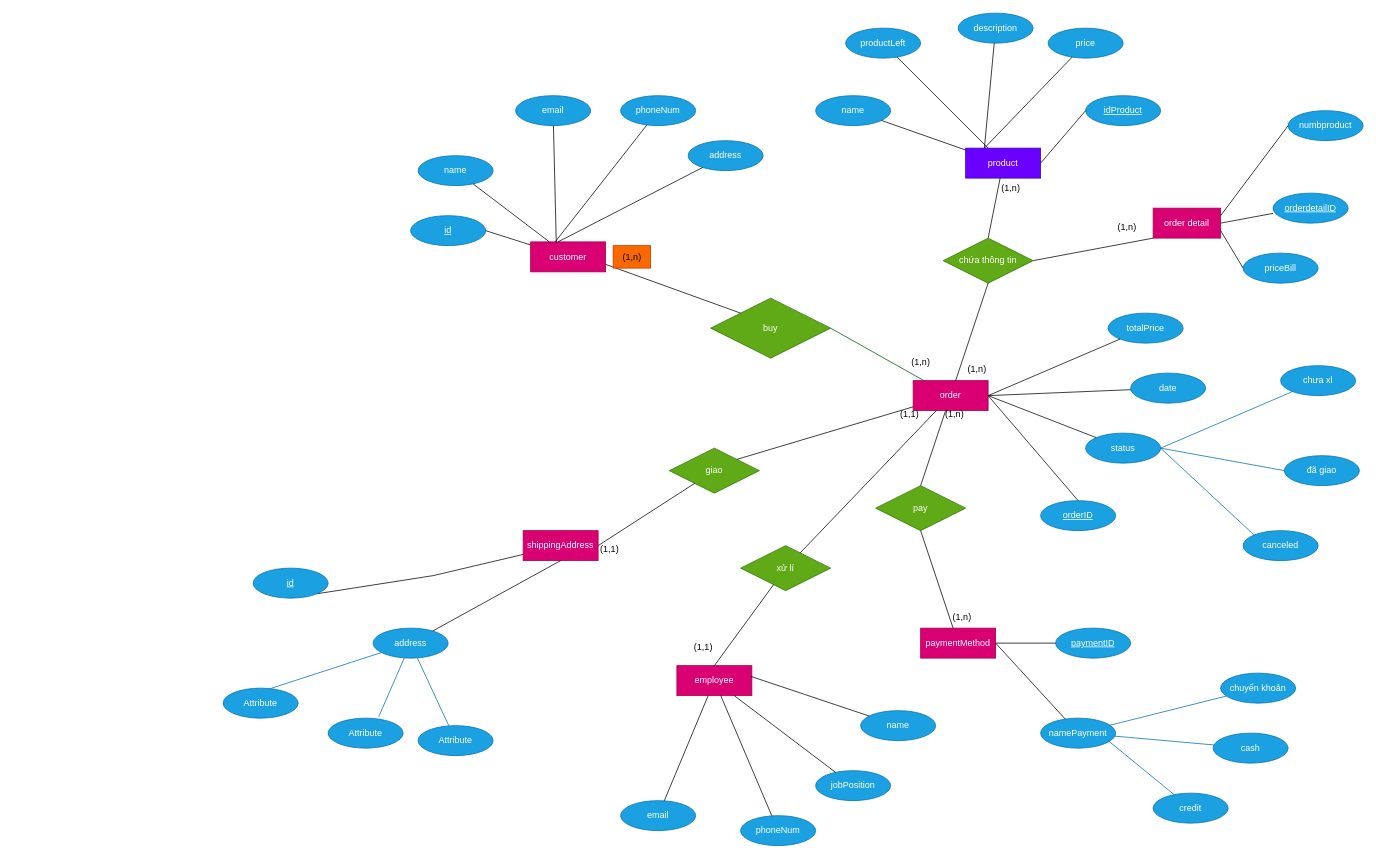
The draw.io diagram erd06.drawio in tiendat1631/erd_store, before the edit. Source tidied: cells renumbered, new cells numbered last; positions are measured from the earlier drawing's top-left corner, leaving out a move shared by most shapes. Both pictures are drawn from the tidied source at 75%, with x=0, y=0 at pixel (223, 13).
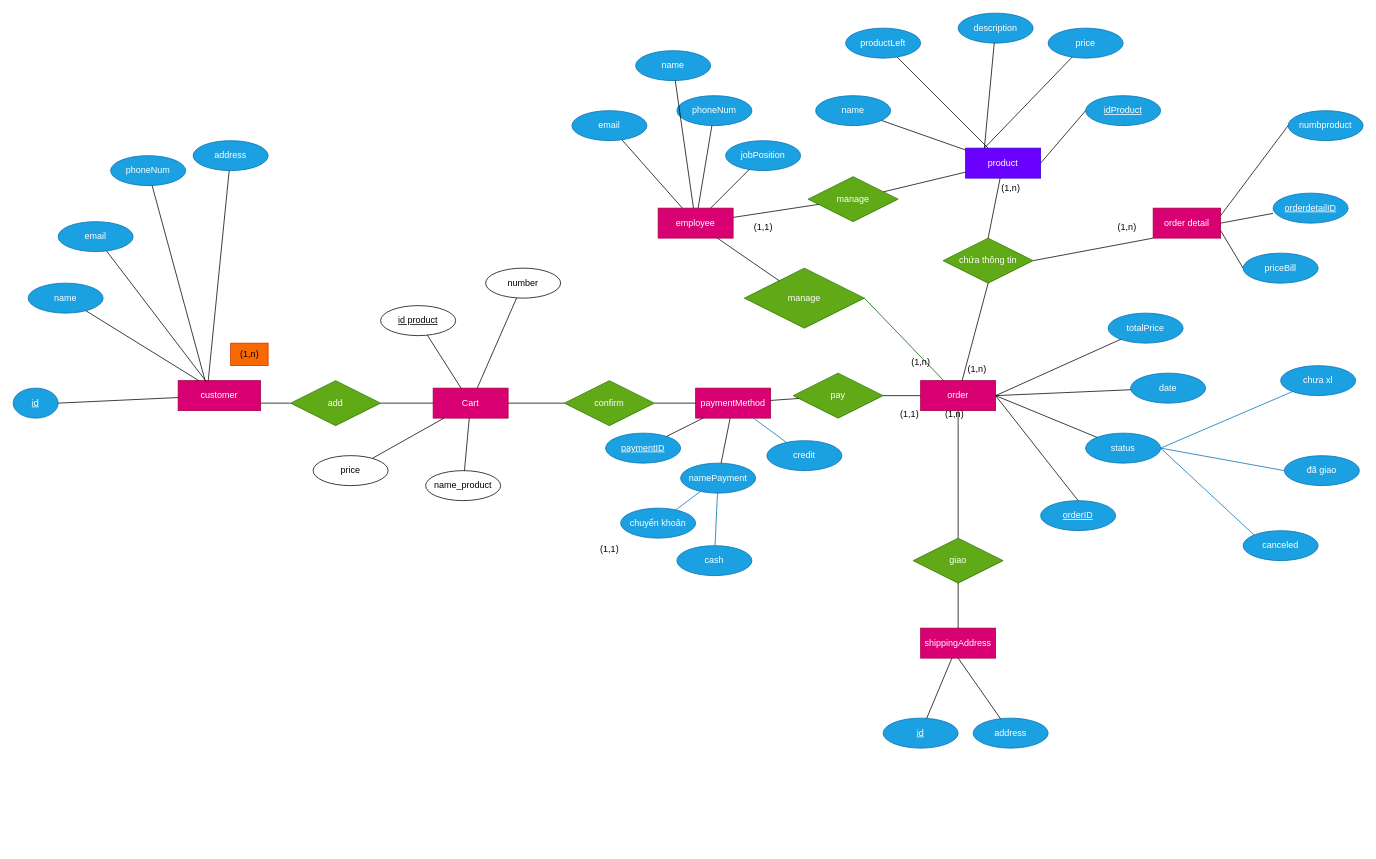
The same page after the edit.

Unchanged cells that the change refers to:
```xml
<mxCell id="8" value="product&lt;br&gt;" style="whiteSpace=wrap;html=1;align=center;fillColor=#6a00ff;fontColor=#ffffff;strokeColor=#3700CC;" parent="1" vertex="1">
  <mxGeometry x="990" y="180" width="100" height="40" as="geometry" />
</mxCell>
```

Diff of the diagram source:
```diff
@@
     <mxCell id="2" value="order&lt;br&gt;" style="whiteSpace=wrap;html=1;align=center;fillColor=#d80073;fontColor=#ffffff;strokeColor=#A50040;" parent="1" vertex="1">
-      <mxGeometry x="920" y="490" width="100" height="40" as="geometry" />
+      <mxGeometry x="930" y="490" width="100" height="40" as="geometry" />
     </mxCell>
     <mxCell id="3" value="shippingAddress&lt;br&gt;" style="whiteSpace=wrap;html=1;align=center;fillColor=#d80073;fontColor=#ffffff;strokeColor=#A50040;" parent="1" vertex="1">
-      <mxGeometry x="400" y="690" width="100" height="40" as="geometry" />
+      <mxGeometry x="930" y="820" width="100" height="40" as="geometry" />
     </mxCell>
@@
     <mxCell id="5" value="customer" style="whiteSpace=wrap;html=1;align=center;fillColor=#d80073;fontColor=#ffffff;strokeColor=#A50040;" parent="1" vertex="1">
-      <mxGeometry x="410" y="305" width="100" height="40" as="geometry" />
+      <mxGeometry x="-60" y="490" width="110" height="40" as="geometry" />
     </mxCell>
     <mxCell id="6" value="employee&lt;br&gt;" style="whiteSpace=wrap;html=1;align=center;fillColor=#d80073;fontColor=#ffffff;strokeColor=#A50040;" parent="1" vertex="1">
-      <mxGeometry x="605" y="870" width="100" height="40" as="geometry" />
+      <mxGeometry x="580" y="260" width="100" height="40" as="geometry" />
     </mxCell>
     <mxCell id="7" value="paymentMethod&lt;br&gt;" style="whiteSpace=wrap;html=1;align=center;fillColor=#d80073;fontColor=#ffffff;strokeColor=#A50040;" parent="1" vertex="1">
-      <mxGeometry x="930" y="820" width="100" height="40" as="geometry" />
+      <mxGeometry x="630" y="500" width="100" height="40" as="geometry" />
     </mxCell>
@@
     <mxCell id="9" value="id" style="ellipse;whiteSpace=wrap;html=1;align=center;fontStyle=4;fillColor=#1ba1e2;fontColor=#ffffff;strokeColor=#006EAF;" parent="1" vertex="1">
-      <mxGeometry x="250" y="270" width="100" height="40" as="geometry" />
+      <mxGeometry x="-280" y="500" width="60" height="40" as="geometry" />
     </mxCell>
     <mxCell id="10" value="phoneNum" style="ellipse;whiteSpace=wrap;html=1;align=center;fillColor=#1ba1e2;fontColor=#ffffff;strokeColor=#006EAF;" parent="1" vertex="1">
-      <mxGeometry x="530" y="110" width="100" height="40" as="geometry" />
+      <mxGeometry x="-150" y="190" width="100" height="40" as="geometry" />
     </mxCell>
     <mxCell id="11" value="name" style="ellipse;whiteSpace=wrap;html=1;align=center;fillColor=#1ba1e2;fontColor=#ffffff;strokeColor=#006EAF;" parent="1" vertex="1">
-      <mxGeometry x="260" y="190" width="100" height="40" as="geometry" />
+      <mxGeometry x="-260" y="360" width="100" height="40" as="geometry" />
     </mxCell>
     <mxCell id="12" value="email" style="ellipse;whiteSpace=wrap;html=1;align=center;fillColor=#1ba1e2;fontColor=#ffffff;strokeColor=#006EAF;" parent="1" vertex="1">
-      <mxGeometry x="390" y="110" width="100" height="40" as="geometry" />
+      <mxGeometry x="-220" y="278" width="100" height="40" as="geometry" />
     </mxCell>
     <mxCell id="13" value="address" style="ellipse;whiteSpace=wrap;html=1;align=center;fillColor=#1ba1e2;fontColor=#ffffff;strokeColor=#006EAF;" parent="1" vertex="1">
-      <mxGeometry x="620" y="170" width="100" height="40" as="geometry" />
+      <mxGeometry x="-40" y="170" width="100" height="40" as="geometry" />
     </mxCell>
@@
     <mxCell id="43" value="paymentID" style="ellipse;whiteSpace=wrap;html=1;align=center;fontStyle=4;fillColor=#1ba1e2;fontColor=#ffffff;strokeColor=#006EAF;" parent="1" vertex="1">
-      <mxGeometry x="1110" y="820" width="100" height="40" as="geometry" />
+      <mxGeometry x="510" y="560" width="100" height="40" as="geometry" />
     </mxCell>
     <mxCell id="44" value="namePayment" style="ellipse;whiteSpace=wrap;html=1;align=center;fillColor=#1ba1e2;fontColor=#ffffff;strokeColor=#006EAF;" parent="1" vertex="1">
-      <mxGeometry x="1090" y="940" width="100" height="40" as="geometry" />
+      <mxGeometry x="610" y="600" width="100" height="40" as="geometry" />
     </mxCell>
-    <mxCell id="45" style="endArrow=none;html=1;rounded=0;exitX=1;exitY=0.5;exitDx=0;exitDy=0;" parent="1" edge="1" source="7" target="44">
+    <mxCell id="45" style="endArrow=none;html=1;rounded=0;" parent="1" edge="1" source="7" target="44">
       <mxGeometry relative="1" as="geometry" />
     </mxCell>
-    <mxCell id="46" style="endArrow=none;html=1;rounded=0;entryX=0;entryY=0.5;entryDx=0;entryDy=0;exitX=1;exitY=0.5;exitDx=0;exitDy=0;" parent="1" edge="1" source="7" target="43">
+    <mxCell id="46" style="endArrow=none;html=1;rounded=0;" parent="1" edge="1" source="7" target="43">
       <mxGeometry relative="1" as="geometry" />
     </mxCell>
     <mxCell id="47" value="cash" style="ellipse;whiteSpace=wrap;html=1;align=center;fillColor=#1ba1e2;fontColor=#ffffff;strokeColor=#006EAF;" parent="1" vertex="1">
-      <mxGeometry x="1320" y="960" width="100" height="40" as="geometry" />
+      <mxGeometry x="605" y="710" width="100" height="40" as="geometry" />
     </mxCell>
     <mxCell id="48" value="chuyển khoản" style="ellipse;whiteSpace=wrap;html=1;align=center;fillColor=#1ba1e2;fontColor=#ffffff;strokeColor=#006EAF;" parent="1" vertex="1">
-      <mxGeometry x="1330" y="880" width="100" height="40" as="geometry" />
+      <mxGeometry x="530" y="660" width="100" height="40" as="geometry" />
     </mxCell>
     <mxCell id="49" value="credit" style="ellipse;whiteSpace=wrap;html=1;align=center;fillColor=#1ba1e2;fontColor=#ffffff;strokeColor=#006EAF;" parent="1" vertex="1">
-      <mxGeometry x="1240" y="1040" width="100" height="40" as="geometry" />
+      <mxGeometry x="725" y="570" width="100" height="40" as="geometry" />
     </mxCell>
@@
-    <mxCell id="52" style="endArrow=none;html=1;rounded=0;fillColor=#1ba1e2;strokeColor=#006EAF;" parent="1" edge="1" target="49">
-      <mxGeometry relative="1" as="geometry">
-        <mxPoint x="1180" y="970" as="sourcePoint" />
-      </mxGeometry>
+    <mxCell id="52" style="endArrow=none;html=1;rounded=0;fillColor=#1ba1e2;strokeColor=#006EAF;" parent="1" edge="1" source="7" target="49">
+      <mxGeometry relative="1" as="geometry" />
     </mxCell>
     <mxCell id="53" value="name" style="ellipse;whiteSpace=wrap;html=1;align=center;fillColor=#1ba1e2;fontColor=#ffffff;strokeColor=#006EAF;" parent="1" vertex="1">
-      <mxGeometry x="850" y="930" width="100" height="40" as="geometry" />
+      <mxGeometry x="550" y="50" width="100" height="40" as="geometry" />
     </mxCell>
     <mxCell id="54" value="jobPosition" style="ellipse;whiteSpace=wrap;html=1;align=center;fillColor=#1ba1e2;fontColor=#ffffff;strokeColor=#006EAF;" parent="1" vertex="1">
-      <mxGeometry x="790" y="1010" width="100" height="40" as="geometry" />
+      <mxGeometry x="670" y="170" width="100" height="40" as="geometry" />
     </mxCell>
     <mxCell id="55" value="phoneNum" style="ellipse;whiteSpace=wrap;html=1;align=center;fillColor=#1ba1e2;fontColor=#ffffff;strokeColor=#006EAF;" parent="1" vertex="1">
-      <mxGeometry x="690" y="1070" width="100" height="40" as="geometry" />
+      <mxGeometry x="605" y="110" width="100" height="40" as="geometry" />
     </mxCell>
     <mxCell id="56" value="email" style="ellipse;whiteSpace=wrap;html=1;align=center;fillColor=#1ba1e2;fontColor=#ffffff;strokeColor=#006EAF;" parent="1" vertex="1">
-      <mxGeometry x="530" y="1050" width="100" height="40" as="geometry" />
+      <mxGeometry x="465" y="130" width="100" height="40" as="geometry" />
     </mxCell>
@@
-    <mxCell id="60" style="endArrow=none;html=1;rounded=0;exitX=0.99;exitY=0.362;exitDx=0;exitDy=0;exitPerimeter=0;" parent="1" edge="1" source="6" target="53">
+    <mxCell id="60" style="endArrow=none;html=1;rounded=0;" parent="1" edge="1" source="6" target="53">
       <mxGeometry relative="1" as="geometry" />
     </mxCell>
-    <mxCell id="61" value="Attribute" style="ellipse;whiteSpace=wrap;html=1;align=center;fillColor=#1ba1e2;fontColor=#ffffff;strokeColor=#006EAF;" parent="1" vertex="1">
-      <mxGeometry x="260" y="950" width="100" height="40" as="geometry" />
-    </mxCell>
-    <mxCell id="62" value="Attribute" style="ellipse;whiteSpace=wrap;html=1;align=center;fillColor=#1ba1e2;fontColor=#ffffff;strokeColor=#006EAF;" parent="1" vertex="1">
-      <mxGeometry y="900" width="100" height="40" as="geometry" />
-    </mxCell>
     <mxCell id="63" value="address" style="ellipse;whiteSpace=wrap;html=1;align=center;fillColor=#1ba1e2;fontColor=#ffffff;strokeColor=#006EAF;" parent="1" vertex="1">
-      <mxGeometry x="200" y="820" width="100" height="40" as="geometry" />
+      <mxGeometry x="1000" y="940" width="100" height="40" as="geometry" />
     </mxCell>
-    <mxCell id="64" style="endArrow=none;html=1;rounded=0;exitX=1;exitY=1;exitDx=0;exitDy=0;" parent="1" edge="1" source="65" target="3">
-      <mxGeometry relative="1" as="geometry">
-        <Array as="points">
-          <mxPoint x="280" y="750" />
-        </Array>
-      </mxGeometry>
-    </mxCell>
     <mxCell id="65" value="id" style="ellipse;whiteSpace=wrap;html=1;align=center;fontStyle=4;fillColor=#1ba1e2;fontColor=#ffffff;strokeColor=#006EAF;" parent="1" vertex="1">
-      <mxGeometry x="40" y="740" width="100" height="40" as="geometry" />
+      <mxGeometry x="880" y="940" width="100" height="40" as="geometry" />
     </mxCell>
@@
-    <mxCell id="67" style="endArrow=none;html=1;rounded=0;exitX=0.634;exitY=0.011;exitDx=0;exitDy=0;exitPerimeter=0;fillColor=#1ba1e2;strokeColor=#006EAF;" parent="1" edge="1" source="62" target="63">
-      <mxGeometry relative="1" as="geometry" />
-    </mxCell>
-    <mxCell id="68" style="endArrow=none;html=1;rounded=0;fillColor=#1ba1e2;strokeColor=#006EAF;" parent="1" edge="1" source="63" target="61">
-      <mxGeometry relative="1" as="geometry" />
-    </mxCell>
-    <mxCell id="69" value="Attribute" style="ellipse;whiteSpace=wrap;html=1;align=center;fillColor=#1ba1e2;fontColor=#ffffff;strokeColor=#006EAF;" parent="1" vertex="1">
-      <mxGeometry x="140" y="940" width="100" height="40" as="geometry" />
-    </mxCell>
-    <mxCell id="70" style="endArrow=none;html=1;rounded=0;exitX=0.674;exitY=-0.043;exitDx=0;exitDy=0;exitPerimeter=0;fillColor=#1ba1e2;strokeColor=#006EAF;" parent="1" edge="1" source="69" target="63">
-      <mxGeometry relative="1" as="geometry" />
-    </mxCell>
@@
-    <mxCell id="81" value="buy" style="shape=rhombus;perimeter=rhombusPerimeter;whiteSpace=wrap;html=1;align=center;fillColor=#60a917;fontColor=#ffffff;strokeColor=#2D7600;" parent="1" vertex="1">
-      <mxGeometry x="650" y="380" width="160" height="80" as="geometry" />
+    <mxCell id="81" value="manage" style="shape=rhombus;perimeter=rhombusPerimeter;whiteSpace=wrap;html=1;align=center;fillColor=#60a917;fontColor=#ffffff;strokeColor=#2D7600;" parent="1" vertex="1">
+      <mxGeometry x="695" y="340" width="160" height="80" as="geometry" />
     </mxCell>
-    <mxCell id="82" style="endArrow=none;html=1;rounded=0;exitX=1;exitY=0.75;exitDx=0;exitDy=0;entryX=0;entryY=0;entryDx=0;entryDy=0;" parent="1" edge="1" source="5" target="81">
+    <mxCell id="82" style="endArrow=none;html=1;rounded=0;exitX=1;exitY=0.75;exitDx=0;exitDy=0;" parent="1" edge="1" source="5" target="108">
       <mxGeometry relative="1" as="geometry" />
     </mxCell>
@@
     <mxCell id="84" value="(1,n)" style="text;html=1;align=center;verticalAlign=middle;strokeColor=#C73500;fillColor=#fa6800;fontColor=#000000;" parent="1" vertex="1">
-      <mxGeometry x="520" y="310" width="50" height="30" as="geometry" />
+      <mxGeometry x="10" y="440" width="50" height="30" as="geometry" />
     </mxCell>
@@
     <mxCell id="88" value="pay" style="shape=rhombus;perimeter=rhombusPerimeter;whiteSpace=wrap;html=1;align=center;fillColor=#60a917;fontColor=#ffffff;strokeColor=#2D7600;" parent="1" vertex="1">
-      <mxGeometry x="870" y="630" width="120" height="60" as="geometry" />
+      <mxGeometry x="760" y="480" width="120" height="60" as="geometry" />
     </mxCell>
-    <mxCell id="89" style="endArrow=none;html=1;rounded=0;exitX=0.5;exitY=0;exitDx=0;exitDy=0;" parent="1" edge="1" source="88" target="2">
+    <mxCell id="89" style="endArrow=none;html=1;rounded=0;" parent="1" edge="1" source="7" target="118">
       <mxGeometry relative="1" as="geometry" />
     </mxCell>
-    <mxCell id="90" style="endArrow=none;html=1;rounded=0;exitX=0.5;exitY=1;exitDx=0;exitDy=0;" parent="1" edge="1" source="88" target="7">
+    <mxCell id="90" style="endArrow=none;html=1;rounded=0;" parent="1" edge="1" source="88" target="7">
       <mxGeometry relative="1" as="geometry" />
     </mxCell>
@@
-    <mxCell id="92" value="(1,n)" style="text;html=1;align=center;verticalAlign=middle;strokeColor=none;fillColor=none;" parent="1" vertex="1">
-      <mxGeometry x="960" y="790" width="50" height="30" as="geometry" />
-    </mxCell>
     <mxCell id="93" value="giao" style="shape=rhombus;perimeter=rhombusPerimeter;whiteSpace=wrap;html=1;align=center;fillColor=#60a917;fontColor=#ffffff;strokeColor=#2D7600;" parent="1" vertex="1">
-      <mxGeometry x="595" y="580" width="120" height="60" as="geometry" />
+      <mxGeometry x="920" y="700" width="120" height="60" as="geometry" />
     </mxCell>
-    <mxCell id="94" style="endArrow=none;html=1;rounded=0;exitX=1;exitY=0.5;exitDx=0;exitDy=0;" parent="1" edge="1" source="3" target="93">
+    <mxCell id="94" style="endArrow=none;html=1;rounded=0;" parent="1" edge="1" source="3" target="93">
       <mxGeometry relative="1" as="geometry" />
     </mxCell>
-    <mxCell id="95" style="endArrow=none;html=1;rounded=0;exitX=1;exitY=0;exitDx=0;exitDy=0;" parent="1" edge="1" source="93" target="2">
+    <mxCell id="95" style="endArrow=none;html=1;rounded=0;" parent="1" edge="1" source="93" target="2">
       <mxGeometry relative="1" as="geometry" />
     </mxCell>
@@
-    <mxCell id="97" value="xử lí" style="shape=rhombus;perimeter=rhombusPerimeter;whiteSpace=wrap;html=1;align=center;fillColor=#60a917;fontColor=#ffffff;strokeColor=#2D7600;" parent="1" vertex="1">
-      <mxGeometry x="690" y="710" width="120" height="60" as="geometry" />
-    </mxCell>
-    <mxCell id="98" style="endArrow=none;html=1;rounded=0;exitX=0.5;exitY=0;exitDx=0;exitDy=0;" parent="1" edge="1" source="6" target="97">
-      <mxGeometry relative="1" as="geometry" />
-    </mxCell>
-    <mxCell id="99" style="endArrow=none;html=1;rounded=0;" parent="1" edge="1" source="97" target="2">
-      <mxGeometry relative="1" as="geometry" />
-    </mxCell>
     <mxCell id="100" value="(1,1)" style="text;html=1;align=center;verticalAlign=middle;strokeColor=none;fillColor=none;" parent="1" vertex="1">
-      <mxGeometry x="615" y="830" width="50" height="30" as="geometry" />
+      <mxGeometry x="695" y="270" width="50" height="30" as="geometry" />
     </mxCell>
@@
+    <mxCell id="103" style="endArrow=none;html=1;rounded=0;" parent="1" edge="1" source="6" target="81">
+      <mxGeometry relative="1" as="geometry" />
+    </mxCell>
+    <mxCell id="104" value="manage" style="shape=rhombus;perimeter=rhombusPerimeter;whiteSpace=wrap;html=1;align=center;fillColor=#60a917;fontColor=#ffffff;strokeColor=#2D7600;" parent="1" vertex="1">
+      <mxGeometry x="780" y="218" width="120" height="60" as="geometry" />
+    </mxCell>
+    <mxCell id="105" style="endArrow=none;html=1;rounded=0;" parent="1" edge="1" source="6" target="104">
+      <mxGeometry relative="1" as="geometry" />
+    </mxCell>
+    <mxCell id="106" style="endArrow=none;html=1;rounded=0;" parent="1" edge="1" source="104" target="8">
+      <mxGeometry relative="1" as="geometry" />
+    </mxCell>
+    <mxCell id="64" style="endArrow=none;html=1;rounded=0;" parent="1" edge="1" source="65" target="3">
+      <mxGeometry relative="1" as="geometry" />
+    </mxCell>
+    <mxCell id="107" value="Cart" style="whiteSpace=wrap;html=1;align=center;fillColor=#d80073;fontColor=#ffffff;strokeColor=#A50040;" parent="1" vertex="1">
+      <mxGeometry x="280" y="500" width="100" height="40" as="geometry" />
+    </mxCell>
+    <mxCell id="108" value="add" style="shape=rhombus;perimeter=rhombusPerimeter;whiteSpace=wrap;html=1;align=center;fillColor=#60a917;fontColor=#ffffff;strokeColor=#2D7600;" parent="1" vertex="1">
+      <mxGeometry x="90" y="490" width="120" height="60" as="geometry" />
+    </mxCell>
+    <mxCell id="109" style="endArrow=none;html=1;rounded=0;" parent="1" edge="1" source="108" target="107">
+      <mxGeometry relative="1" as="geometry" />
+    </mxCell>
+    <mxCell id="110" value="id product" style="ellipse;whiteSpace=wrap;html=1;align=center;fontStyle=4;" parent="1" vertex="1">
+      <mxGeometry x="210" y="390" width="100" height="40" as="geometry" />
+    </mxCell>
+    <mxCell id="111" value="name_product" style="ellipse;whiteSpace=wrap;html=1;align=center;" parent="1" vertex="1">
+      <mxGeometry x="270" y="610" width="100" height="40" as="geometry" />
+    </mxCell>
+    <mxCell id="112" value="price" style="ellipse;whiteSpace=wrap;html=1;align=center;" parent="1" vertex="1">
+      <mxGeometry x="120" y="590" width="100" height="40" as="geometry" />
+    </mxCell>
+    <mxCell id="113" style="endArrow=none;html=1;rounded=0;" parent="1" edge="1" source="110" target="107">
+      <mxGeometry relative="1" as="geometry" />
+    </mxCell>
+    <mxCell id="114" style="endArrow=none;html=1;rounded=0;" parent="1" edge="1" source="111" target="107">
+      <mxGeometry relative="1" as="geometry" />
+    </mxCell>
+    <mxCell id="115" style="endArrow=none;html=1;rounded=0;" parent="1" edge="1" source="112" target="107">
+      <mxGeometry relative="1" as="geometry" />
+    </mxCell>
+    <mxCell id="116" style="endArrow=none;html=1;rounded=0;" parent="1" edge="1" source="107" target="117">
+      <mxGeometry relative="1" as="geometry" />
+    </mxCell>
+    <mxCell id="117" value="number" style="ellipse;whiteSpace=wrap;html=1;align=center;" parent="1" vertex="1">
+      <mxGeometry x="350" y="340" width="100" height="40" as="geometry" />
+    </mxCell>
+    <mxCell id="118" value="confirm" style="shape=rhombus;perimeter=rhombusPerimeter;whiteSpace=wrap;html=1;align=center;fillColor=#60a917;fontColor=#ffffff;strokeColor=#2D7600;" parent="1" vertex="1">
+      <mxGeometry x="455" y="490" width="120" height="60" as="geometry" />
+    </mxCell>
+    <mxCell id="119" style="endArrow=none;html=1;rounded=0;" parent="1" edge="1" source="107" target="118">
+      <mxGeometry relative="1" as="geometry" />
+    </mxCell>
+    <mxCell id="120" style="endArrow=none;html=1;rounded=0;" parent="1" edge="1" source="88" target="2">
+      <mxGeometry relative="1" as="geometry" />
+    </mxCell>
```
